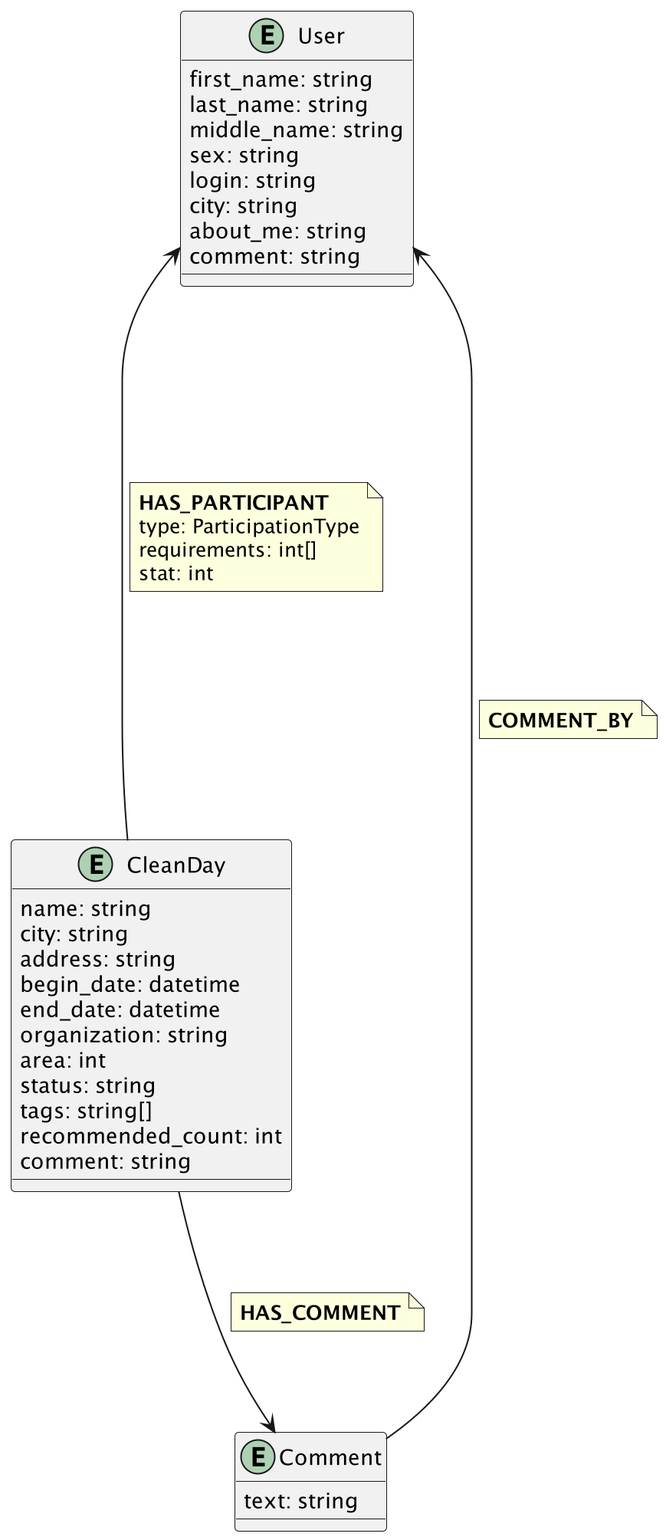
Above: db_model/graph.png in moevm/nosql1h25-cleanday (PlantUML), before the change. Its source is kept beside it as db_model/graph.puml.
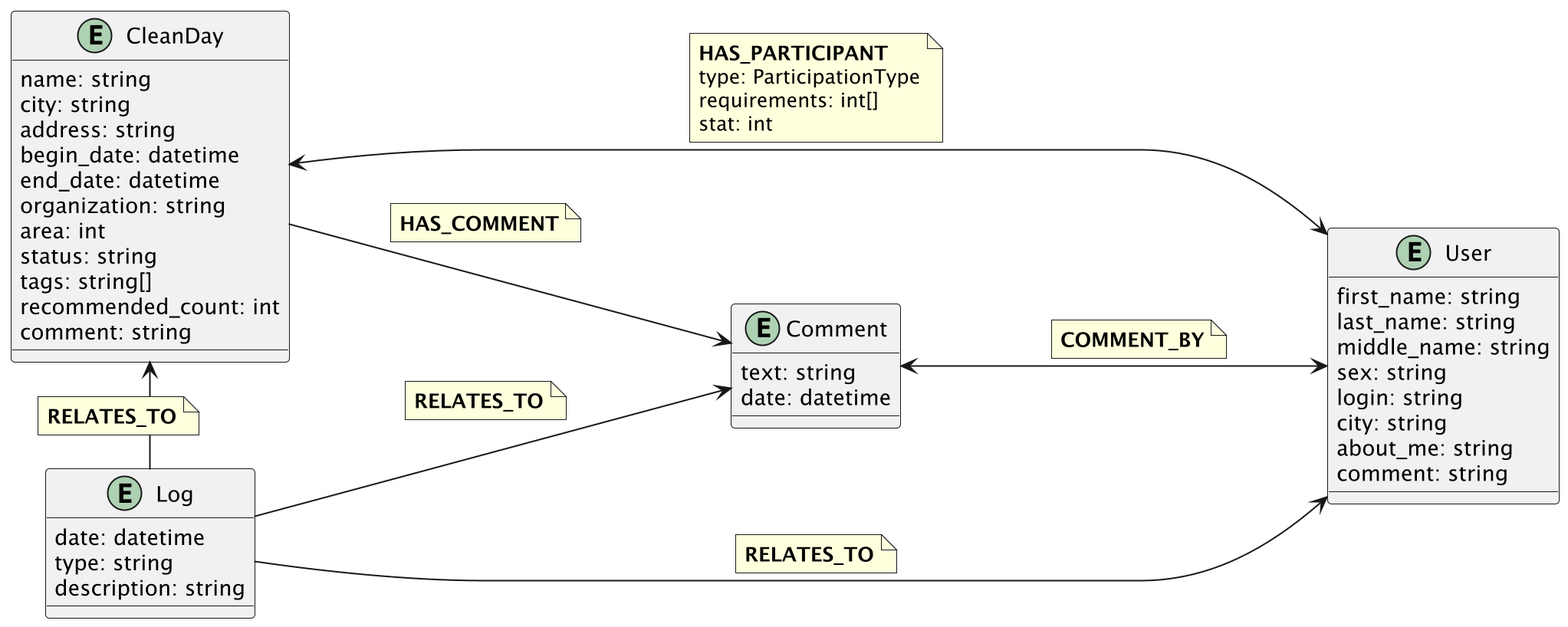
The same file after the commit.

What changed in the source:
```diff
@@ -1,5 +1,6 @@
 @startuml
 
+left to right direction
 
 entity "User" as user {
 first_name: string
@@ -28,9 +29,16 @@
 
 entity "Comment" as comm {
 text: string
+date: datetime
 }
 
-user <----- cl_day
+entity "Log" as log {
+date: datetime
+type: string
+description: string
+}
+
+user <---> cl_day
 note on link
 <b>HAS_PARTICIPANT</b>
 type: ParticipationType
@@ -43,9 +51,24 @@
 <b>HAS_COMMENT</b>
 end note
 
-comm ---> user
+comm <---> user
 note on link
 <b>COMMENT_BY</b>
+end note
+
+log ---> user
+note on link
+<b>RELATES_TO</b>
+end note
+
+log -l--> cl_day
+note on link
+<b>RELATES_TO</b>
+end note
+
+log ---> comm
+note on link
+<b>RELATES_TO</b>
 end note
 
 
```
